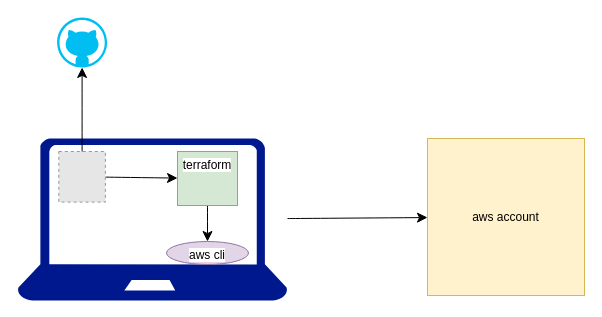
Earlier version of the draw.io diagram terraform connect.drawio (Raidi13/diagrams). Source tidied: cells renumbered, new cells numbered last; positions are measured from the earlier drawing's top-left corner, leaving out a move shared by most shapes. Both pictures are drawn from the tidied source at 100%, with x=0, y=0 at pixel (17, 17). Pictures stored in the file or linked from it are replaced by grey dashed boxes.
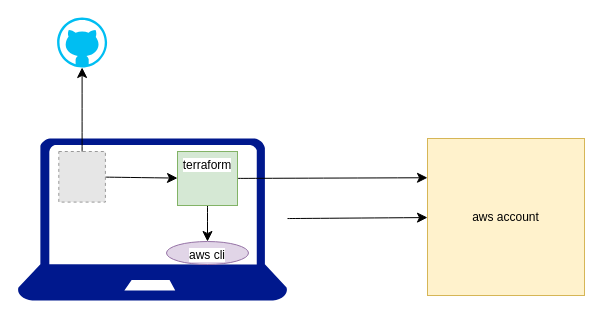
After the change.

Change to the diagram source:
```diff
@@
 <mxGraphModel>
   <root>
     <mxCell id="0" />
     <mxCell id="1" parent="0" />
     <mxCell id="2" style="edgeStyle=none;curved=1;rounded=0;jettySize=auto;html=1;fontSize=12;startSize=8;endSize=8;flowAnimation=1;" parent="1" edge="1" source="3" target="11">
       <mxGeometry relative="1" as="geometry" />
     </mxCell>
     <mxCell id="3" style="sketch=0;shadow=0;dashed=0;html=1;strokeColor=none;labelPosition=center;verticalLabelPosition=bottom;verticalAlign=top;align=center;fillColor=#00188D;shape=mxgraph.azure.laptop;" parent="1" vertex="1">
       <mxGeometry y="121" width="270" height="162" as="geometry" />
     </mxCell>
     <mxCell id="4" style="edgeStyle=none;curved=1;rounded=0;jettySize=auto;html=1;fontSize=12;startSize=8;endSize=8;flowAnimation=1;" parent="1" edge="1" source="5" target="9">
       <mxGeometry relative="1" as="geometry" />
     </mxCell>
     <mxCell id="5" style="fillColor=#E6E6E6;strokeColor=#999999;dashed=1;verticalLabelPosition=bottom;labelBackgroundColor=default;verticalAlign=top;" parent="1" vertex="1">
       <mxGeometry x="41.3" y="134" width="46.6" height="50.6" as="geometry" />
     </mxCell>
     <mxCell id="6" style="verticalLabelPosition=bottom;html=1;verticalAlign=top;align=center;strokeColor=none;fillColor=#00BEF2;shape=mxgraph.azure.github_code;" parent="1" vertex="1">
       <mxGeometry x="39.6" width="50" height="50" as="geometry" />
     </mxCell>
     <mxCell id="7" style="edgeStyle=none;curved=1;rounded=0;jettySize=auto;html=1;entryX=0.5;entryY=1;entryDx=0;entryDy=0;entryPerimeter=0;fontSize=12;startSize=8;endSize=8;flowAnimation=1;" parent="1" edge="1" source="5" target="6">
       <mxGeometry relative="1" as="geometry" />
     </mxCell>
     <mxCell id="8" style="edgeStyle=none;curved=1;rounded=0;jettySize=auto;html=1;fontSize=12;startSize=8;endSize=8;flowAnimation=1;" parent="1" edge="1" source="9" target="10">
       <mxGeometry relative="1" as="geometry" />
     </mxCell>
+    <mxCell id="12" style="edgeStyle=none;curved=1;rounded=0;jettySize=auto;html=1;entryX=0;entryY=0.25;entryDx=0;entryDy=0;fontSize=12;startSize=8;endSize=8;flowAnimation=1;" parent="1" edge="1" source="9" target="11">
+      <mxGeometry relative="1" as="geometry" />
+    </mxCell>
     <mxCell id="9" value="terraform" style="whiteSpace=wrap;html=1;verticalAlign=top;labelBackgroundColor=default;fillColor=#d5e8d4;strokeColor=#82b366;" parent="1" vertex="1">
       <mxGeometry x="160" y="134" width="60" height="54" as="geometry" />
     </mxCell>
     <mxCell id="10" value="aws cli" style="ellipse;whiteSpace=wrap;html=1;verticalAlign=top;labelBackgroundColor=default;fillColor=#e1d5e7;strokeColor=#9673a6;" parent="1" vertex="1">
       <mxGeometry x="149" y="224" width="82" height="23" as="geometry" />
     </mxCell>
     <mxCell id="11" value="aws account" style="whiteSpace=wrap;html=1;fillColor=#fff2cc;strokeColor=#d6b656;" parent="1" vertex="1">
       <mxGeometry x="410" y="121" width="157" height="157" as="geometry" />
     </mxCell>
   </root>
 </mxGraphModel>
```
